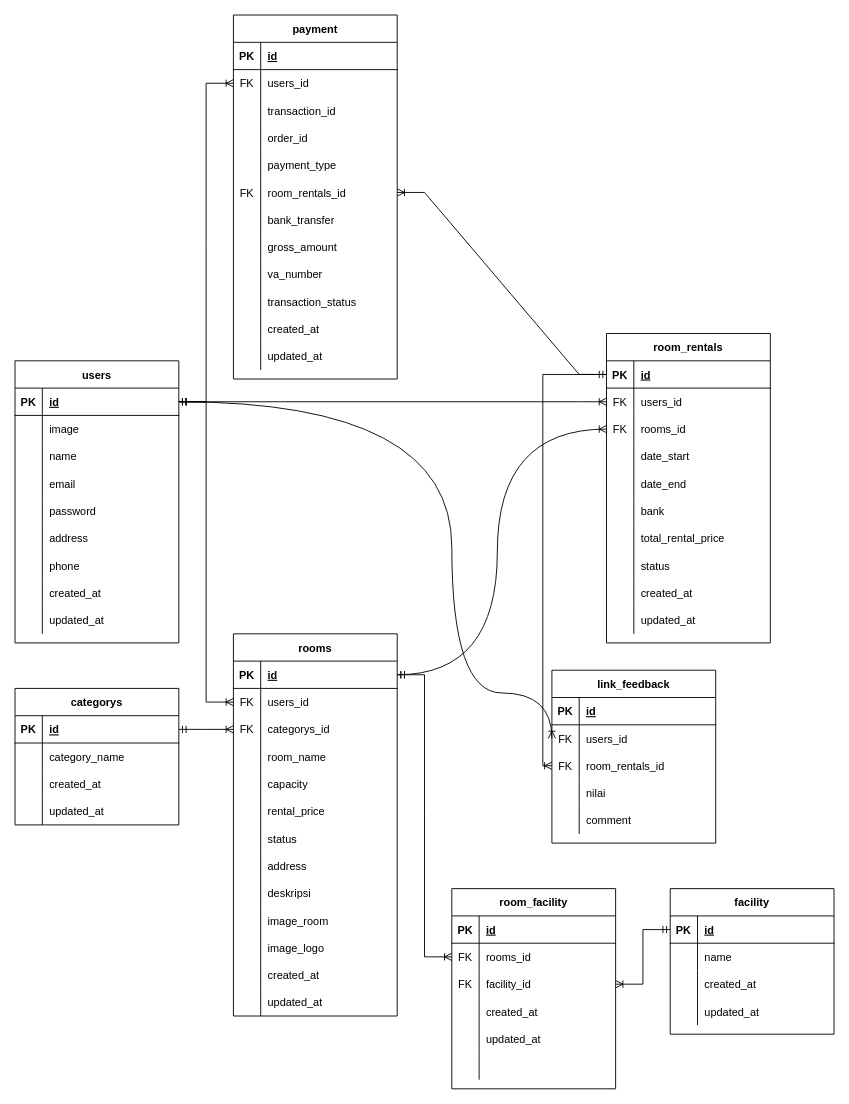
Above: erd/ERD-MNroom.drawio in Capstone-MNRoom/Capstone-MNRoom-BE (draw.io), before the change. Source tidied: cells renumbered, new cells numbered last; positions are measured from the earlier drawing's top-left corner, leaving out a move shared by most shapes. Both pictures are drawn from the tidied source at 91%, with x=0, y=0 at pixel (15, 15).
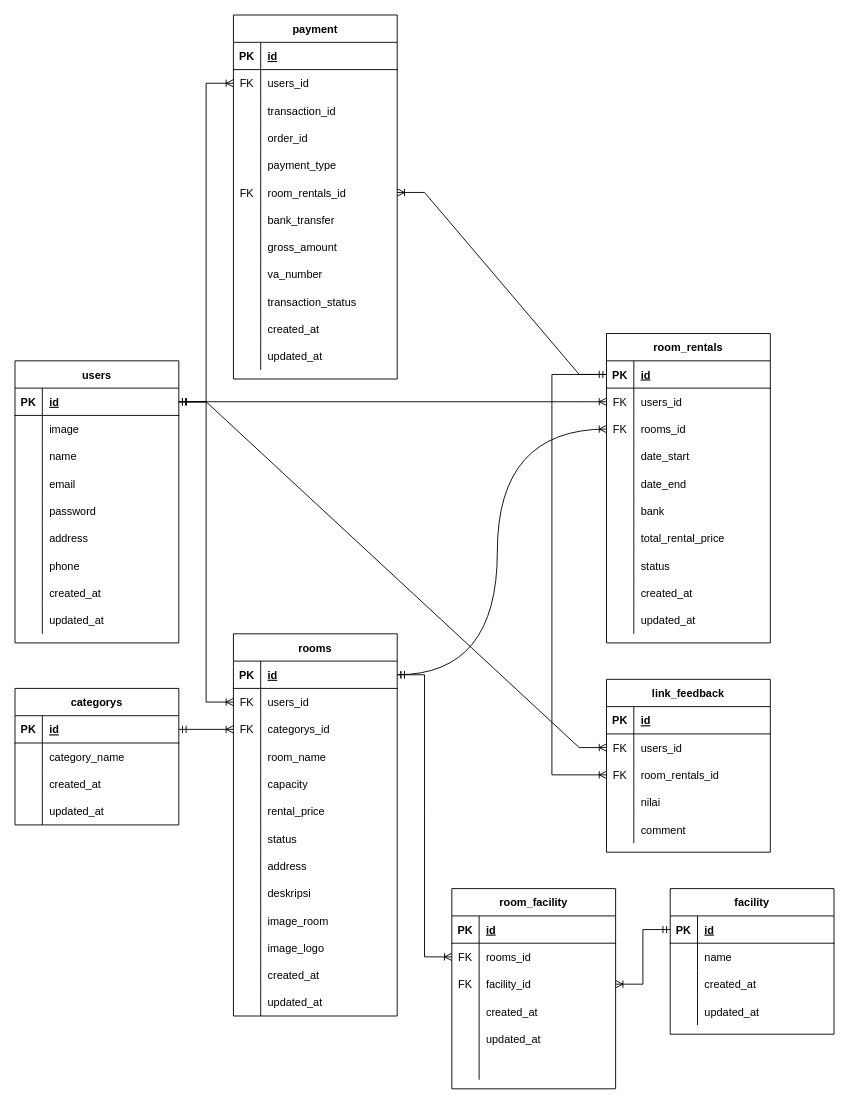
The same diagram, later.

The change refers to these unchanged cells:
```xml
<mxCell id="3" style="shape=tableRow;horizontal=0;startSize=0;swimlaneHead=0;swimlaneBody=0;fillColor=none;points=[[0,0.5],[1,0.5]];portConstraint=eastwest;top=0;left=0;right=0;bottom=1;" parent="2" vertex="1">
  <mxGeometry y="30" width="180" height="30" as="geometry" />
</mxCell>
<mxCell id="84" style="shape=tableRow;horizontal=0;startSize=0;swimlaneHead=0;swimlaneBody=0;fillColor=none;points=[[0,0.5],[1,0.5]];portConstraint=eastwest;top=0;left=0;right=0;bottom=1;" parent="83" vertex="1">
  <mxGeometry y="30" width="180" height="30" as="geometry" />
</mxCell>
<mxCell id="168" style="shape=tableRow;horizontal=0;startSize=0;swimlaneHead=0;swimlaneBody=0;fillColor=none;points=[[0,0.5],[1,0.5]];portConstraint=eastwest;top=0;left=0;right=0;bottom=0;" parent="164" vertex="1">
  <mxGeometry y="60" width="180" height="30" as="geometry" />
</mxCell>
<mxCell id="171" style="shape=tableRow;horizontal=0;startSize=0;swimlaneHead=0;swimlaneBody=0;fillColor=none;points=[[0,0.5],[1,0.5]];portConstraint=eastwest;top=0;left=0;right=0;bottom=0;" parent="164" vertex="1">
  <mxGeometry y="90" width="180" height="30" as="geometry" />
</mxCell>
```

What changed in the source:
```diff
@@
     <mxCell id="164" value="link_feedback" style="shape=table;startSize=30;childLayout=tableLayout;rowLines=0;fontStyle=1;align=center;" parent="1" vertex="1">
-      <mxGeometry x="590" y="720" width="180" height="190" as="geometry" />
+      <mxGeometry x="650" y="730" width="180" height="190" as="geometry" />
     </mxCell>
@@
-    <mxCell id="203" style="edgeStyle=orthogonalEdgeStyle;fontSize=12;html=1;endArrow=ERoneToMany;startArrow=ERmandOne;rounded=0;entryX=0;entryY=0.5;entryDx=0;entryDy=0;exitX=1;exitY=0.5;exitDx=0;exitDy=0;curved=1;" parent="1" edge="1" source="3" target="168">
-      <mxGeometry relative="1" as="geometry">
-        <Array as="points">
-          <mxPoint x="480" y="425" />
-          <mxPoint x="480" y="745" />
-        </Array>
-      </mxGeometry>
-    </mxCell>
@@
     <mxCell id="208" style="edgeStyle=orthogonalEdgeStyle;fontSize=12;html=1;endArrow=ERoneToMany;rounded=0;exitX=0;exitY=0.5;exitDx=0;exitDy=0;entryX=0;entryY=0.5;entryDx=0;entryDy=0;" parent="1" edge="1" source="84" target="171">
-      <mxGeometry relative="1" as="geometry" />
+      <mxGeometry relative="1" as="geometry">
+        <Array as="points">
+          <mxPoint x="590" y="395" />
+          <mxPoint x="590" y="835" />
+        </Array>
+      </mxGeometry>
     </mxCell>
+    <mxCell id="203" style="edgeStyle=entityRelationEdgeStyle;fontSize=12;html=1;endArrow=ERoneToMany;startArrow=ERmandOne;rounded=0;exitX=1;exitY=0.5;exitDx=0;exitDy=0;entryX=0;entryY=0.5;entryDx=0;entryDy=0;" parent="1" edge="1" source="3" target="168">
+      <mxGeometry relative="1" as="geometry" />
+    </mxCell>
```
